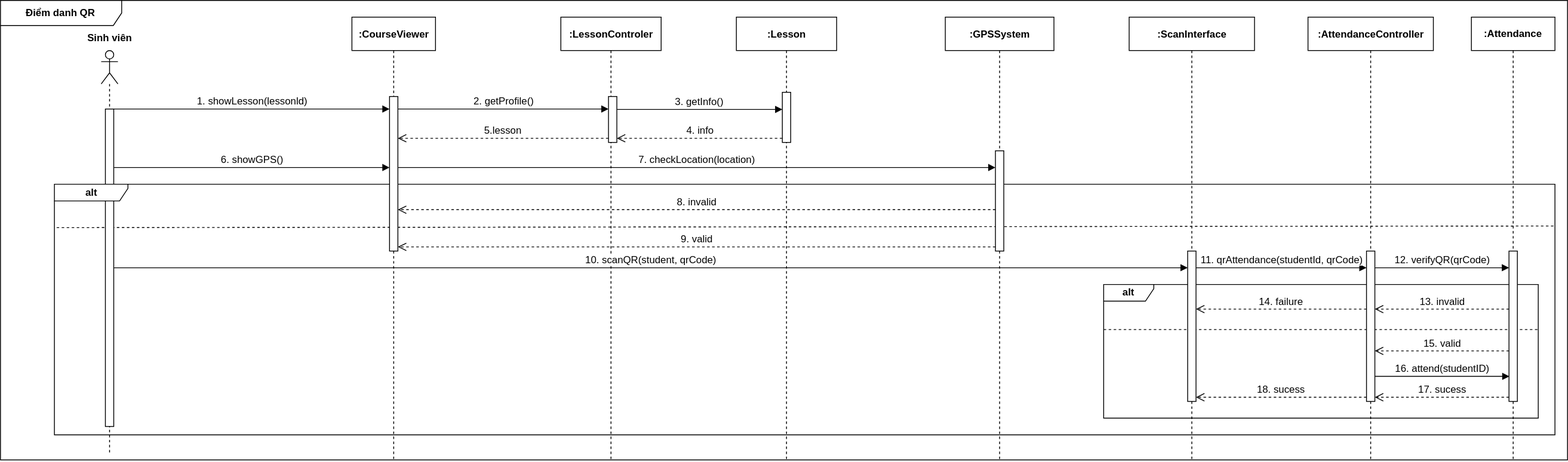
minh071289/AI_system keeps this draw.io diagram as DiemDanh_2/DiemDanhQR.drawio.svg. Above is the earlier version. Source tidied: cells renumbered, new cells last; positions are measured from the earlier drawing's top-left corner, leaving out a move shared by most shapes.
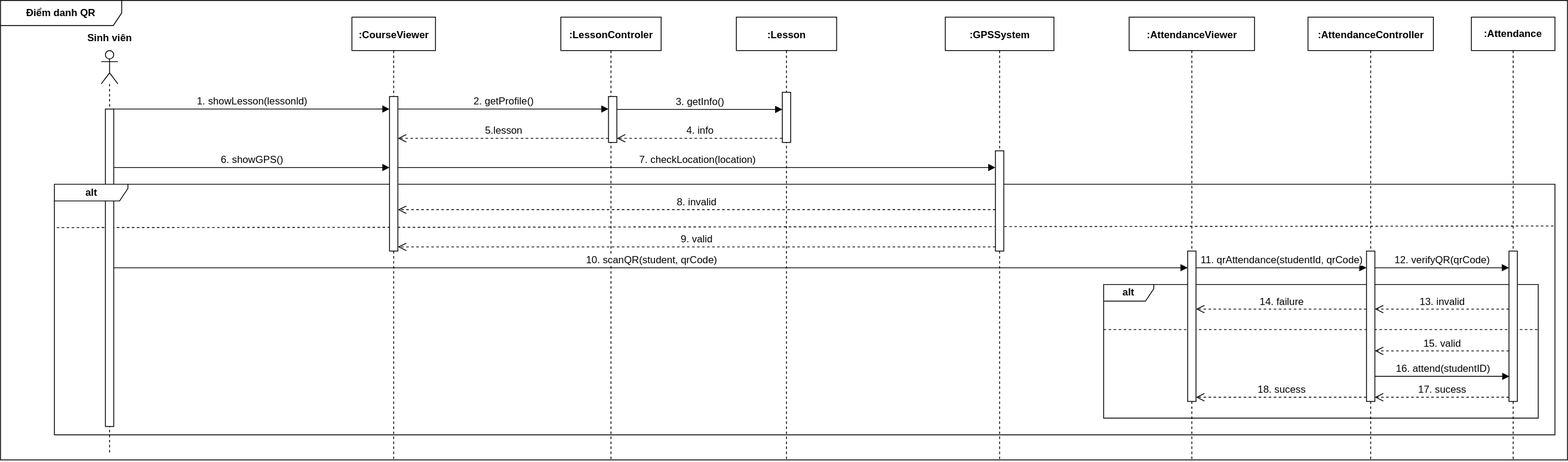
The same file after the commit.

What changed in the source:
```diff
@@ -151,7 +151,7 @@
     <mxCell id="35" style="html=1;points=[[0,0,0,0,5],[0,1,0,0,-5],[1,0,0,0,5],[1,1,0,0,-5]];perimeter=orthogonalPerimeter;outlineConnect=0;targetShapes=umlLifeline;portConstraint=eastwest;newEdgeStyle={&quot;curved&quot;:0,&quot;rounded&quot;:0};fontSize=12;" parent="34" vertex="1">
       <mxGeometry x="60" y="160" width="10" height="120" as="geometry" />
     </mxCell>
-    <mxCell id="36" value="&lt;b&gt;:ScanInterface&lt;/b&gt;" style="shape=umlLifeline;perimeter=lifelinePerimeter;whiteSpace=wrap;html=1;newEdgeStyle={&quot;curved&quot;:0,&quot;rounded&quot;:0};spacingTop=3;spacing=3;fontSize=12;" parent="1" vertex="1">
+    <mxCell id="36" value="&lt;b&gt;:AttendanceViewer&lt;/b&gt;" style="shape=umlLifeline;perimeter=lifelinePerimeter;whiteSpace=wrap;html=1;newEdgeStyle={&quot;curved&quot;:0,&quot;rounded&quot;:0};spacingTop=3;spacing=3;fontSize=12;" parent="1" vertex="1">
       <mxGeometry x="1350.5" y="20" width="150" height="532" as="geometry" />
     </mxCell>
     <mxCell id="37" style="html=1;points=[[0,0,0,0,5],[0,1,0,0,-5],[1,0,0,0,5],[1,1,0,0,-5]];perimeter=orthogonalPerimeter;outlineConnect=0;targetShapes=umlLifeline;portConstraint=eastwest;newEdgeStyle={&quot;curved&quot;:0,&quot;rounded&quot;:0};fontSize=12;" parent="36" vertex="1">
```
